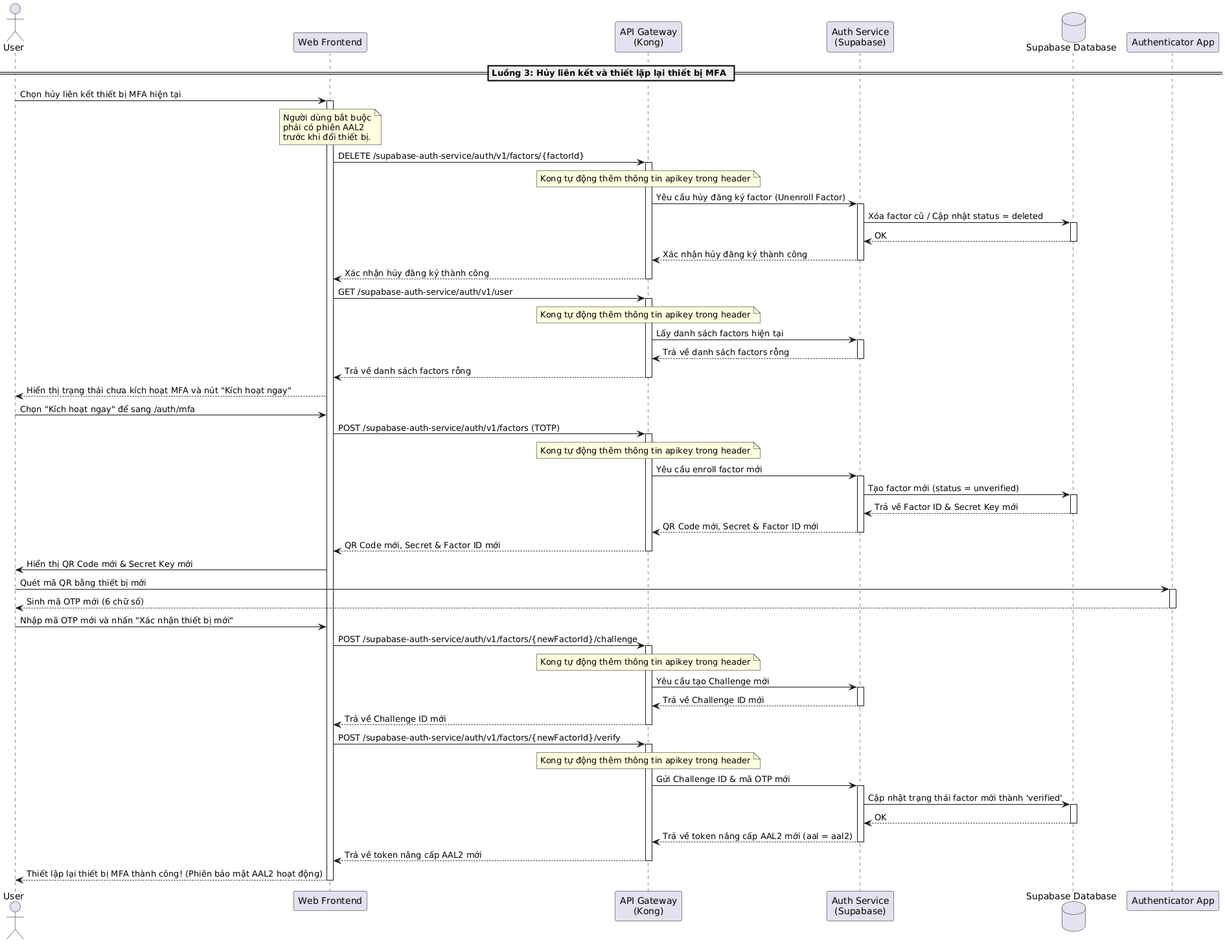
This is latex/contents/Sequence/UML-Sequence-UserMfaResetDevice.png from 20206205Tech/docs-latex, a PlantUML export, as it was before one commit.
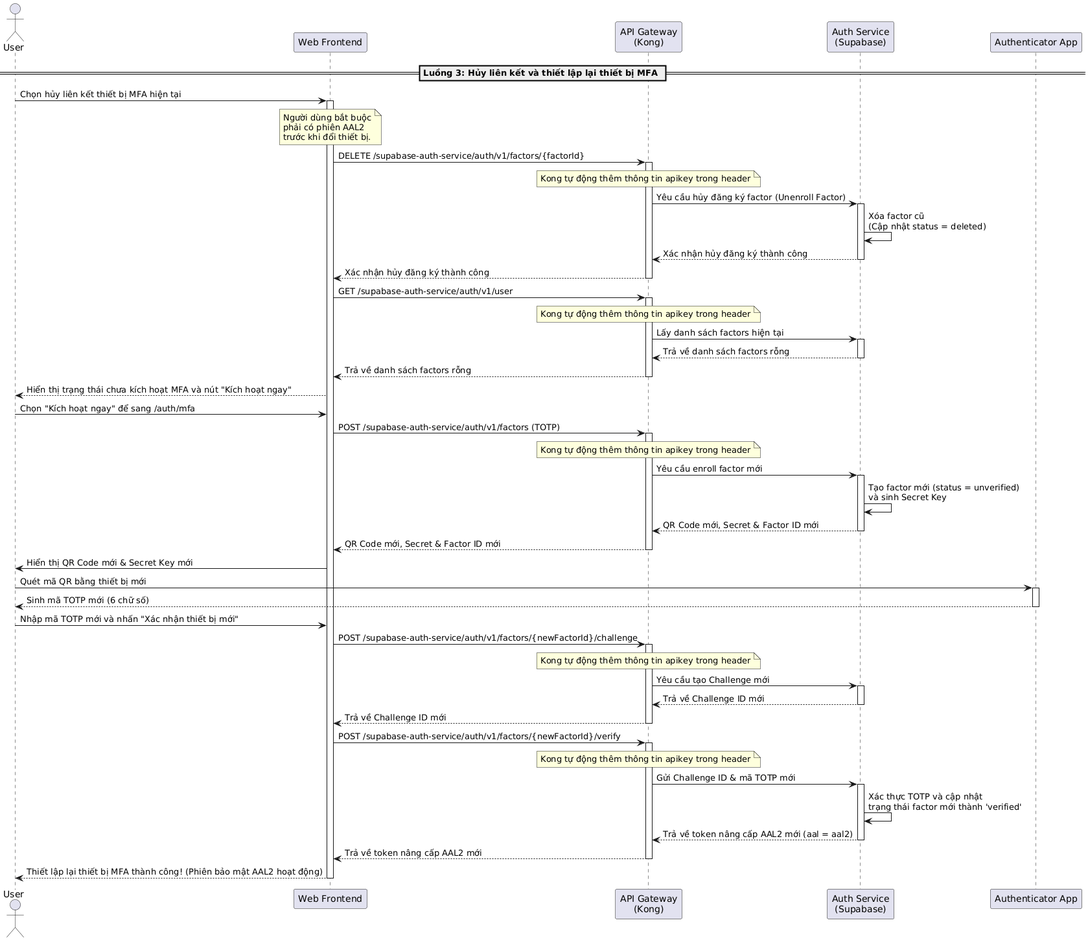
Above is the later version.

Diff of the diagram source:
```diff
@@ -3,7 +3,6 @@
 participant "Web Frontend" as Frontend
 participant "API Gateway\n(Kong)" as Kong
 participant "Auth Service\n(Supabase)" as AuthService
-database "Supabase Database" as DB
 participant "Authenticator App" as AuthApp
 
 == Luồng 3: Hủy liên kết và thiết lập lại thiết bị MFA ==
@@ -17,10 +16,9 @@
 note over Kong: Kong tự động thêm thông tin apikey trong header
 Kong -> AuthService: Yêu cầu hủy đăng ký factor (Unenroll Factor)
 activate AuthService
-AuthService -> DB: Xóa factor cũ / Cập nhật status = deleted
-activate DB
-DB --> AuthService: OK
-deactivate DB
+
+AuthService -> AuthService: Xóa factor cũ\n(Cập nhật status = deleted)
+
 AuthService --> Kong: Xác nhận hủy đăng ký thành công
 deactivate AuthService
 Kong --> Frontend: Xác nhận hủy đăng ký thành công
@@ -44,10 +42,9 @@
 note over Kong: Kong tự động thêm thông tin apikey trong header
 Kong -> AuthService: Yêu cầu enroll factor mới
 activate AuthService
-AuthService -> DB: Tạo factor mới (status = unverified)
-activate DB
-DB --> AuthService: Trả về Factor ID & Secret Key mới
-deactivate DB
+
+AuthService -> AuthService: Tạo factor mới (status = unverified)\nvà sinh Secret Key
+
 AuthService --> Kong: QR Code mới, Secret & Factor ID mới
 deactivate AuthService
 Kong --> Frontend: QR Code mới, Secret & Factor ID mới
@@ -56,10 +53,10 @@
 Frontend -> User: Hiển thị QR Code mới & Secret Key mới
 User -> AuthApp: Quét mã QR bằng thiết bị mới
 activate AuthApp
-AuthApp --> User: Sinh mã OTP mới (6 chữ số)
+AuthApp --> User: Sinh mã TOTP mới (6 chữ số)
 deactivate AuthApp
 
-User -> Frontend: Nhập mã OTP mới và nhấn "Xác nhận thiết bị mới"
+User -> Frontend: Nhập mã TOTP mới và nhấn "Xác nhận thiết bị mới"
 Frontend -> Kong: POST /supabase-auth-service/auth/v1/factors/{newFactorId}/challenge
 activate Kong
 note over Kong: Kong tự động thêm thông tin apikey trong header
@@ -73,12 +70,11 @@
 Frontend -> Kong: POST /supabase-auth-service/auth/v1/factors/{newFactorId}/verify
 activate Kong
 note over Kong: Kong tự động thêm thông tin apikey trong header
-Kong -> AuthService: Gửi Challenge ID & mã OTP mới
+Kong -> AuthService: Gửi Challenge ID & mã TOTP mới
 activate AuthService
-AuthService -> DB: Cập nhật trạng thái factor mới thành 'verified'
-activate DB
-DB --> AuthService: OK
-deactivate DB
+
+AuthService -> AuthService: Xác thực TOTP và cập nhật\ntrạng thái factor mới thành 'verified'
+
 AuthService --> Kong: Trả về token nâng cấp AAL2 mới (aal = aal2)
 deactivate AuthService
 Kong --> Frontend: Trả về token nâng cấp AAL2 mới
```
